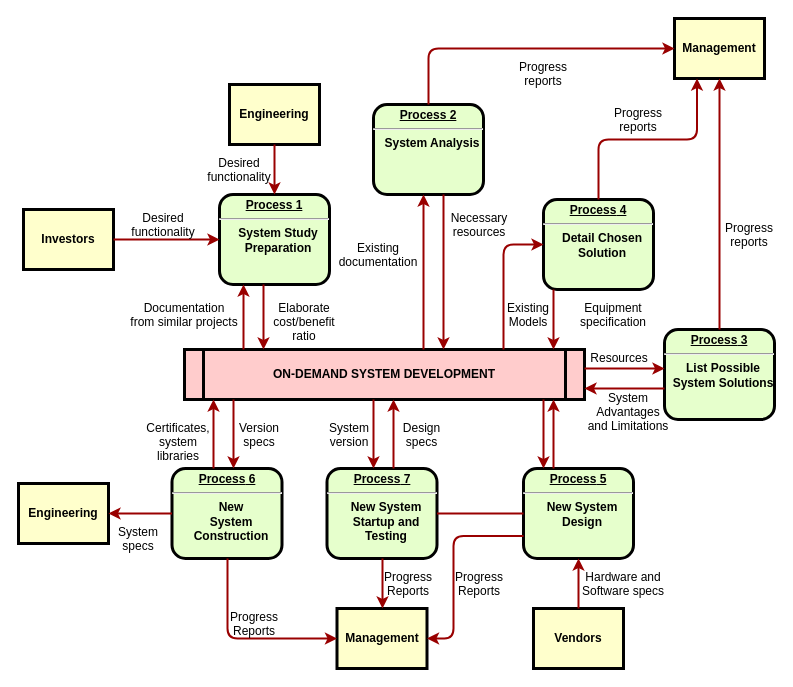
madomtzmtz/Ejercicios-Simples keeps this draw.io diagram as Untitled Diagram.drawio. Above is the earlier version. Source tidied: cells renumbered, new cells numbered last; positions are measured from the earlier drawing's top-left corner, leaving out a move shared by most shapes. Both pictures are drawn from the tidied source at 100%, with x=0, y=0 at pixel (18, 18).
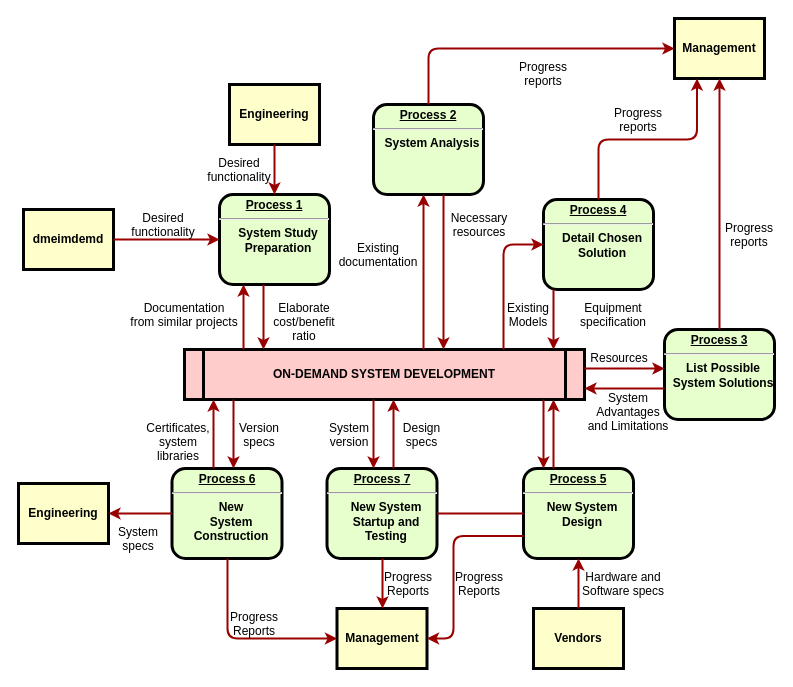
Above is the later version.

Diff of the diagram source:
```diff
@@
-    <mxCell id="4" value="Investors" style="whiteSpace=wrap;align=center;verticalAlign=middle;fontStyle=1;strokeWidth=3;fillColor=#FFFFCC;" parent="1" vertex="1">
+    <mxCell id="4" value="dmeimdemd" style="whiteSpace=wrap;align=center;verticalAlign=middle;fontStyle=1;strokeWidth=3;fillColor=#FFFFCC;" parent="1" vertex="1">
       <mxGeometry x="5" y="191" width="90" height="60" as="geometry" />
     </mxCell>
```
